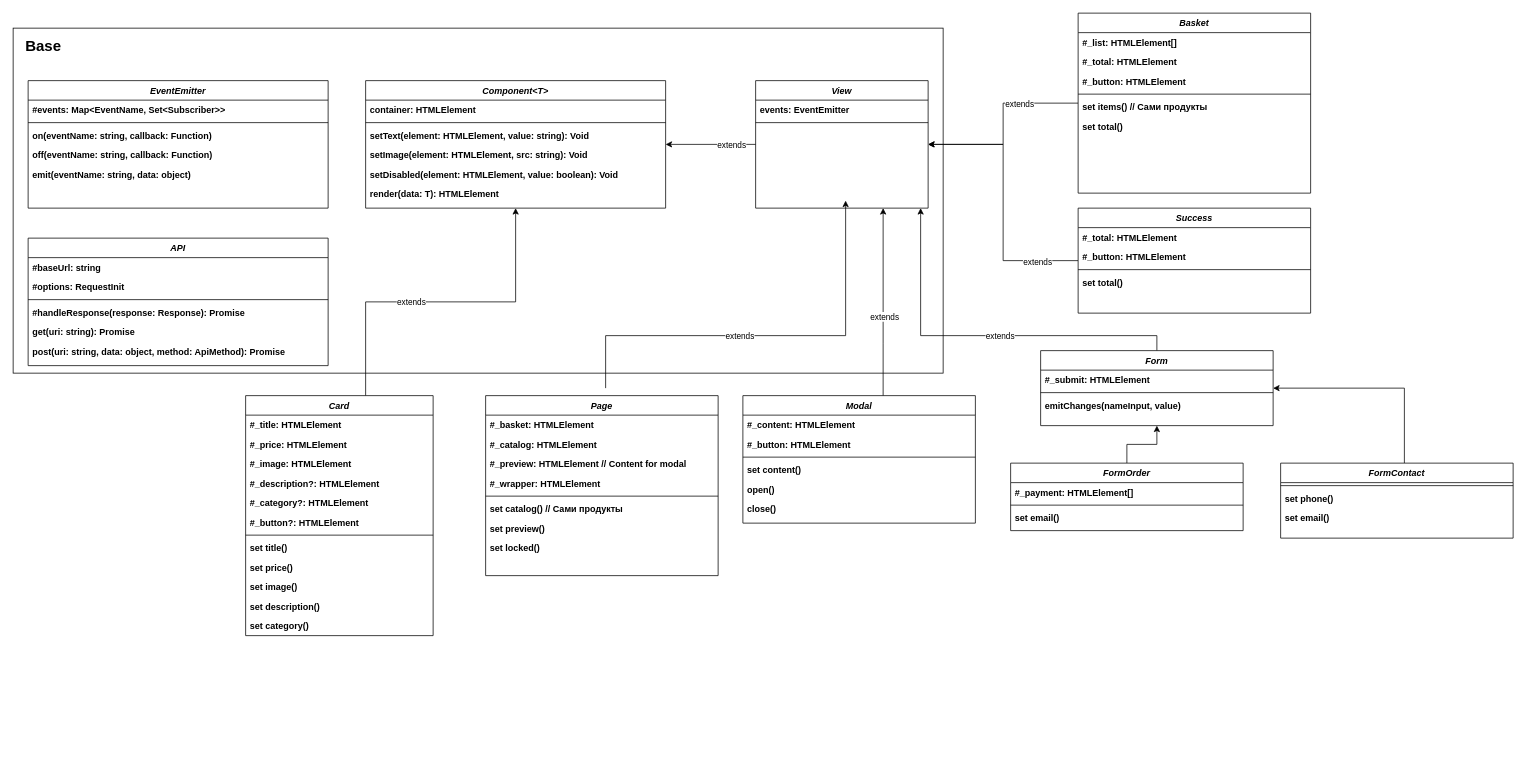
This is docs/Web larek.drawio from itbulka/web-larek-frontend, a draw.io file, before an edit. Source tidied: cells renumbered, new cells numbered last; positions are measured from the earlier drawing's top-left corner, leaving out a move shared by most shapes. Both pictures are drawn from the tidied source at 75%, with x=0, y=0 at pixel (13, 13).
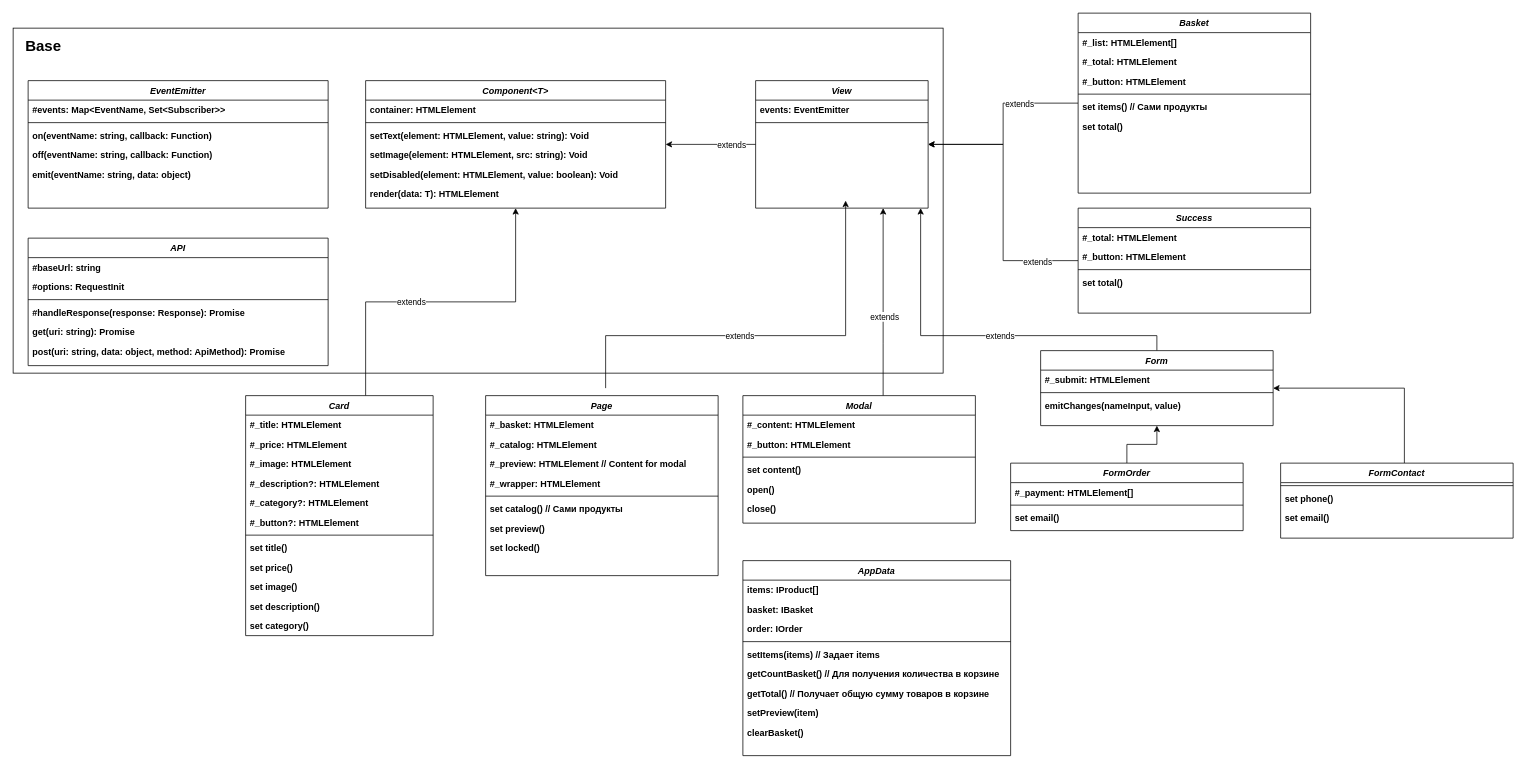
The same page after the edit.

Diff of the diagram source:
```diff
@@
+    <mxCell id="96" value="AppData" style="swimlane;fontStyle=3;align=center;verticalAlign=top;horizontal=1;startSize=26;rounded=0;shadow=0;strokeWidth=1;fillStyle=auto;swimlaneFillColor=default;" parent="1" vertex="1">
+      <mxGeometry x="973" y="730" width="357" height="260" as="geometry" />
+    </mxCell>
+    <mxCell id="97" value="items: IProduct[]" style="text;align=left;verticalAlign=top;spacingLeft=4;spacingRight=4;overflow=hidden;fontStyle=1;" parent="96" vertex="1">
+      <mxGeometry y="26" width="357" height="26" as="geometry" />
+    </mxCell>
+    <mxCell id="98" value="basket: IBasket" style="text;align=left;verticalAlign=top;spacingLeft=4;spacingRight=4;overflow=hidden;fontStyle=1;" parent="96" vertex="1">
+      <mxGeometry y="52" width="357" height="26" as="geometry" />
+    </mxCell>
+    <mxCell id="99" value="order: IOrder" style="text;align=left;verticalAlign=top;spacingLeft=4;spacingRight=4;overflow=hidden;fontStyle=1;" parent="96" vertex="1">
+      <mxGeometry y="78" width="357" height="26" as="geometry" />
+    </mxCell>
+    <mxCell id="100" style="line;html=1;strokeWidth=1;align=left;verticalAlign=middle;spacingTop=-1;spacingLeft=3;spacingRight=3;labelPosition=right;" parent="96" vertex="1">
+      <mxGeometry y="104" width="357" height="8" as="geometry" />
+    </mxCell>
+    <mxCell id="101" value="setItems(items) // Задает items " style="text;align=left;verticalAlign=top;spacingLeft=4;spacingRight=4;overflow=hidden;fontStyle=1;" parent="96" vertex="1">
+      <mxGeometry y="112" width="357" height="26" as="geometry" />
+    </mxCell>
+    <mxCell id="102" value="getCountBasket() // Для получения количества в корзине" style="text;align=left;verticalAlign=top;spacingLeft=4;spacingRight=4;overflow=hidden;fontStyle=1;" parent="96" vertex="1">
+      <mxGeometry y="138" width="357" height="26" as="geometry" />
+    </mxCell>
+    <mxCell id="103" value="getTotal() // Получает общую сумму товаров в корзине" style="text;align=left;verticalAlign=top;spacingLeft=4;spacingRight=4;overflow=hidden;fontStyle=1;" parent="96" vertex="1">
+      <mxGeometry y="164" width="357" height="26" as="geometry" />
+    </mxCell>
+    <mxCell id="104" value="setPreview(item)" style="text;align=left;verticalAlign=top;spacingLeft=4;spacingRight=4;overflow=hidden;fontStyle=1;" parent="96" vertex="1">
+      <mxGeometry y="190" width="357" height="26" as="geometry" />
+    </mxCell>
+    <mxCell id="105" value="clearBasket()" style="text;align=left;verticalAlign=top;spacingLeft=4;spacingRight=4;overflow=hidden;fontStyle=1;" parent="96" vertex="1">
+      <mxGeometry y="216" width="357" height="44" as="geometry" />
+    </mxCell>
```
